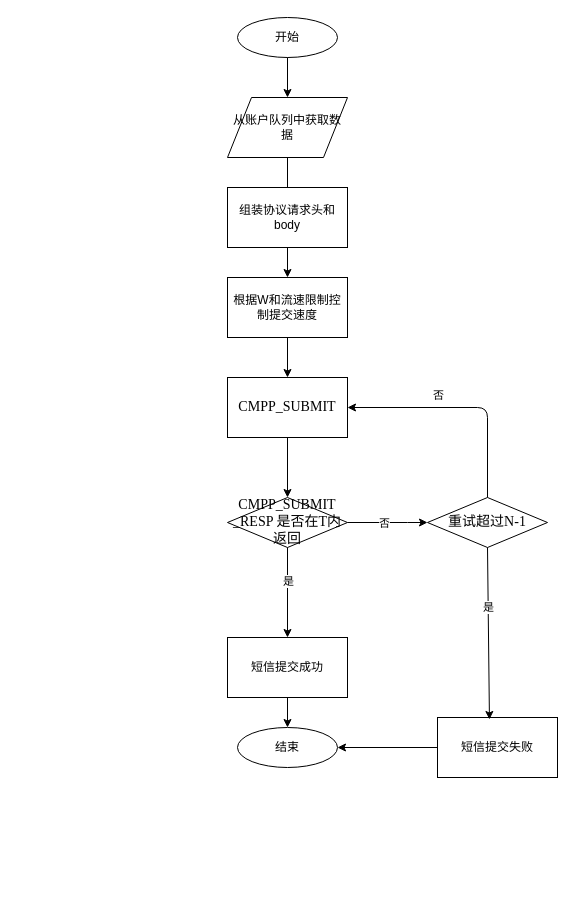
Earlier version of the draw.io diagram CMPP业务发送短信流程图.drawio (hack0303/draw.io-store). Source tidied: cells renumbered, new cells numbered last; positions are measured from the earlier drawing's top-left corner, leaving out a move shared by most shapes. Both pictures are drawn from the tidied source at 100%, with x=0, y=0 at pixel (227, 17).
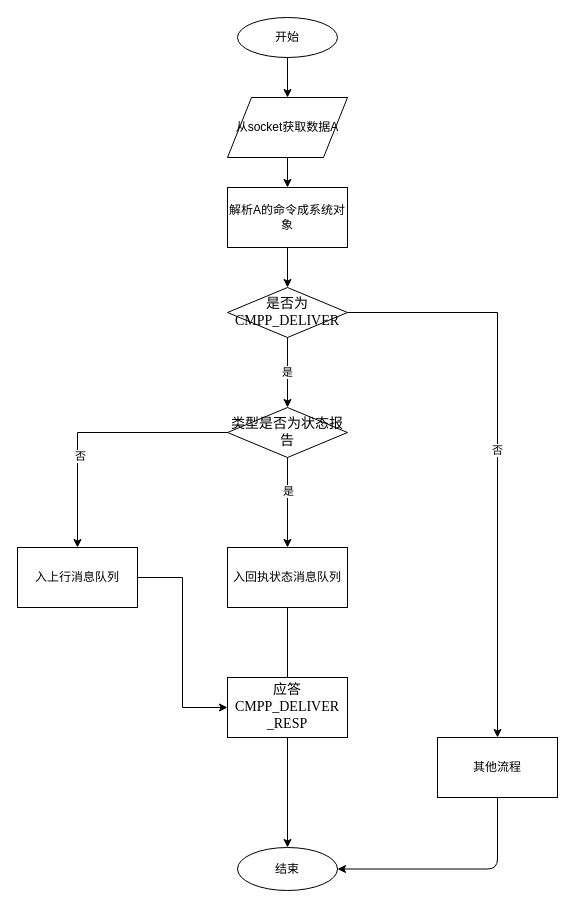
The same diagram, later.

Commit message:
Update CMPP业务发送短信流程图.drawio

Unchanged cells that the change refers to:
```xml
<mxCell id="2" value="开始" style="ellipse;whiteSpace=wrap;html=1;" parent="1" vertex="1">
  <mxGeometry x="10" width="100" height="40" as="geometry" />
</mxCell>
```

What changed in the source:
```diff
@@
     <mxCell id="3" value="结束" style="ellipse;whiteSpace=wrap;html=1;" parent="1" vertex="1">
-      <mxGeometry x="10" y="710" width="100" height="40" as="geometry" />
+      <mxGeometry x="10" y="830" width="100" height="43" as="geometry" />
     </mxCell>
-    <mxCell id="4" value="&lt;span lang=&quot;EN-US&quot; style=&quot;font-size: 10.5pt ; font-family: &amp;#34;times new roman&amp;#34; , serif&quot;&gt;CMPP­_SUBMIT&lt;/span&gt;" style="rounded=0;whiteSpace=wrap;html=1;" parent="1" vertex="1">
-      <mxGeometry y="360" width="120" height="60" as="geometry" />
-    </mxCell>
+    <mxCell id="26" style="edgeStyle=orthogonalEdgeStyle;rounded=0;jettySize=auto;html=1;" parent="1" edge="1" source="5" target="25">
+      <mxGeometry relative="1" as="geometry" />
+    </mxCell>
-    <mxCell id="5" value="从账户队列中获取数据" style="shape=parallelogram;perimeter=parallelogramPerimeter;whiteSpace=wrap;html=1;" parent="1" vertex="1">
+    <mxCell id="5" value="从socket获取数据A" style="shape=parallelogram;perimeter=parallelogramPerimeter;whiteSpace=wrap;html=1;" parent="1" vertex="1">
       <mxGeometry y="80" width="120" height="60" as="geometry" />
     </mxCell>
-    <mxCell id="6" value="&lt;span lang=&quot;EN-US&quot; style=&quot;font-size: 10.5pt ; font-family: &amp;#34;times new roman&amp;#34; , serif&quot;&gt;CMPP­_SUBMIT&lt;/span&gt;&lt;span style=&quot;font-family: &amp;#34;times new roman&amp;#34; , serif ; font-size: 14px&quot;&gt;&lt;br&gt;_RESP 是否在T内返回&lt;br&gt;&lt;/span&gt;" style="rhombus;whiteSpace=wrap;html=1;" parent="1" vertex="1">
-      <mxGeometry y="480" width="120" height="50" as="geometry" />
-    </mxCell>
@@
-    <mxCell id="8" style="endArrow=classic;html=1;exitX=0.5;exitY=1;exitDx=0;exitDy=0;entryX=0.5;entryY=0;entryDx=0;entryDy=0;" parent="1" edge="1" source="6" target="10">
+    <mxCell id="8" style="endArrow=classic;html=1;exitX=0.5;exitY=1;exitDx=0;exitDy=0;entryX=0.5;entryY=0;entryDx=0;entryDy=0;" parent="1" edge="1" source="33" target="10">
       <mxGeometry relative="1" as="geometry" />
     </mxCell>
@@
-    <mxCell id="10" value="短信提交成功" style="rounded=0;whiteSpace=wrap;html=1;" parent="1" vertex="1">
-      <mxGeometry y="620" width="120" height="60" as="geometry" />
+    <mxCell id="10" value="入回执状态消息队列" style="rounded=0;whiteSpace=wrap;html=1;" parent="1" vertex="1">
+      <mxGeometry y="530" width="120" height="60" as="geometry" />
     </mxCell>
-    <mxCell id="11" value="&lt;span style=&quot;font-family: &amp;#34;times new roman&amp;#34; , serif ; font-size: 14px&quot;&gt;重试超过N-1&lt;br&gt;&lt;/span&gt;" style="rhombus;whiteSpace=wrap;html=1;" parent="1" vertex="1">
-      <mxGeometry x="200" y="480" width="120" height="50" as="geometry" />
-    </mxCell>
-    <mxCell id="12" value="短信提交失败" style="rounded=0;whiteSpace=wrap;html=1;" parent="1" vertex="1">
-      <mxGeometry x="210" y="700" width="120" height="60" as="geometry" />
+    <mxCell id="12" value="其他流程" style="rounded=0;whiteSpace=wrap;html=1;" parent="1" vertex="1">
+      <mxGeometry x="210" y="720" width="120" height="60" as="geometry" />
     </mxCell>
-    <mxCell id="13" style="endArrow=classic;html=1;exitX=0.5;exitY=1;exitDx=0;exitDy=0;entryX=0.433;entryY=0.033;entryDx=0;entryDy=0;entryPerimeter=0;" parent="1" edge="1" source="11" target="12">
-      <mxGeometry relative="1" as="geometry" />
-    </mxCell>
+    <mxCell id="15" style="endArrow=classic;html=1;exitX=0.5;exitY=1;exitDx=0;exitDy=0;entryX=0.5;entryY=0;entryDx=0;entryDy=0;" parent="1" edge="1" source="2" target="5">
+      <mxGeometry relative="1" as="geometry" />
+    </mxCell>
+    <mxCell id="20" style="endArrow=classic;html=1;exitX=0.5;exitY=1;exitDx=0;exitDy=0;entryX=1;entryY=0.5;entryDx=0;entryDy=0;edgeStyle=orthogonalEdgeStyle;" parent="1" edge="1" source="12" target="3">
+      <mxGeometry relative="1" as="geometry" />
+    </mxCell>
+    <mxCell id="27" style="edgeStyle=orthogonalEdgeStyle;rounded=0;jettySize=auto;html=1;" parent="1" edge="1" source="25" target="30">
+      <mxGeometry relative="1" as="geometry" />
+    </mxCell>
+    <mxCell id="25" value="解析A的命令成系统对象" style="rounded=0;whiteSpace=wrap;html=1;" parent="1" vertex="1">
+      <mxGeometry y="170" width="120" height="60" as="geometry" />
+    </mxCell>
+    <mxCell id="28" value="&lt;span style=&quot;font-family: &amp;#34;times new roman&amp;#34; , serif ; font-size: 14px&quot;&gt;应答&lt;/span&gt;&lt;span lang=&quot;EN-US&quot; style=&quot;font-size: 10.5pt ; font-family: &amp;#34;times new roman&amp;#34; , serif&quot;&gt;CMPP_DELIVER&lt;br&gt;_RESP&lt;br&gt;&lt;/span&gt;" style="rounded=0;whiteSpace=wrap;html=1;" parent="1" vertex="1">
+      <mxGeometry y="660" width="120" height="60" as="geometry" />
+    </mxCell>
+    <mxCell id="29" value="否" style="edgeStyle=orthogonalEdgeStyle;rounded=0;jettySize=auto;html=1;entryX=0.5;entryY=0;entryDx=0;entryDy=0;" parent="1" edge="1" source="30" target="12">
+      <mxGeometry relative="1" as="geometry" />
+    </mxCell>
-    <mxCell id="14" value="是" style="edgeLabel;html=1;align=center;verticalAlign=middle;" parent="13" vertex="1">
-      <mxGeometry x="-0.3" y="5" relative="1" as="geometry">
-        <mxPoint x="-5.3" as="offset" />
-      </mxGeometry>
+    <mxCell id="14" value="是" style="edgeStyle=orthogonalEdgeStyle;rounded=0;jettySize=auto;html=1;" parent="1" edge="1" source="30" target="33">
+      <mxGeometry relative="1" as="geometry" />
     </mxCell>
-    <mxCell id="15" style="endArrow=classic;html=1;exitX=0.5;exitY=1;exitDx=0;exitDy=0;entryX=0.5;entryY=0;entryDx=0;entryDy=0;" parent="1" edge="1" source="2" target="5">
-      <mxGeometry relative="1" as="geometry" />
-    </mxCell>
-    <mxCell id="16" style="endArrow=classic;html=1;exitX=0.5;exitY=1;exitDx=0;exitDy=0;entryX=0.5;entryY=0;entryDx=0;entryDy=0;" parent="1" edge="1" source="23" target="4">
-      <mxGeometry relative="1" as="geometry" />
-    </mxCell>
-    <mxCell id="17" style="endArrow=classic;html=1;exitX=0.5;exitY=1;exitDx=0;exitDy=0;entryX=0.5;entryY=0;entryDx=0;entryDy=0;" parent="1" edge="1" source="4" target="6">
-      <mxGeometry relative="1" as="geometry" />
-    </mxCell>
-    <mxCell id="18" style="endArrow=classic;html=1;exitX=1;exitY=0.5;exitDx=0;exitDy=0;entryX=0;entryY=0.5;entryDx=0;entryDy=0;" parent="1" edge="1" source="6" target="11">
-      <mxGeometry relative="1" as="geometry">
-        <Array as="points">
-          <mxPoint x="170" y="505" />
-        </Array>
-      </mxGeometry>
-    </mxCell>
-    <mxCell id="19" value="否" style="edgeLabel;html=1;align=center;verticalAlign=middle;" parent="18" vertex="1">
-      <mxGeometry x="0.25" y="-15" relative="1" as="geometry">
-        <mxPoint x="-14" y="-15" as="offset" />
-      </mxGeometry>
-    </mxCell>
-    <mxCell id="20" style="endArrow=classic;html=1;exitX=0;exitY=0.5;exitDx=0;exitDy=0;entryX=1;entryY=0.5;entryDx=0;entryDy=0;" parent="1" edge="1" source="12" target="3">
-      <mxGeometry relative="1" as="geometry" />
-    </mxCell>
-    <mxCell id="21" style="endArrow=classic;html=1;exitX=0.5;exitY=0;exitDx=0;exitDy=0;entryX=1;entryY=0.5;entryDx=0;entryDy=0;edgeStyle=orthogonalEdgeStyle;" parent="1" edge="1" source="11" target="4">
-      <mxGeometry relative="1" as="geometry" />
-    </mxCell>
-    <mxCell id="22" value="否" style="edgeLabel;html=1;align=center;verticalAlign=middle;" parent="21" vertex="1">
-      <mxGeometry x="-0.33" y="25" relative="1" as="geometry">
-        <mxPoint x="-25" y="-26" as="offset" />
-      </mxGeometry>
-    </mxCell>
-    <mxCell id="23" value="根据W和流速限制控制提交速度" style="rounded=0;whiteSpace=wrap;html=1;" parent="1" vertex="1">
-      <mxGeometry y="260" width="120" height="60" as="geometry" />
-    </mxCell>
-    <mxCell id="24" style="endArrow=classic;html=1;exitX=0.5;exitY=1;exitDx=0;exitDy=0;entryX=0.5;entryY=0;entryDx=0;entryDy=0;" parent="1" edge="1" source="5" target="23">
-      <mxGeometry relative="1" as="geometry" />
-    </mxCell>
-    <mxCell id="25" value="组装协议请求头和body" style="rounded=0;whiteSpace=wrap;html=1;" parent="1" vertex="1">
-      <mxGeometry y="170" width="120" height="60" as="geometry" />
-    </mxCell>
+    <mxCell id="30" value="&lt;span style=&quot;font-family: &amp;#34;times new roman&amp;#34; , serif ; font-size: 14px&quot;&gt;是否为&lt;/span&gt;&lt;span lang=&quot;EN-US&quot; style=&quot;font-size: 10.5pt ; font-family: &amp;#34;times new roman&amp;#34; , serif&quot;&gt;CMPP_DELIVER&lt;/span&gt;&lt;span style=&quot;font-family: &amp;#34;times new roman&amp;#34; , serif ; font-size: 14px&quot;&gt;&lt;br&gt;&lt;/span&gt;" style="rhombus;whiteSpace=wrap;html=1;" parent="1" vertex="1">
+      <mxGeometry y="270" width="120" height="50" as="geometry" />
+    </mxCell>
+    <mxCell id="31" style="edgeStyle=orthogonalEdgeStyle;rounded=0;jettySize=auto;html=1;entryX=0.5;entryY=0;entryDx=0;entryDy=0;" parent="1" edge="1" source="33" target="35">
+      <mxGeometry relative="1" as="geometry" />
+    </mxCell>
+    <mxCell id="32" value="否" style="edgeLabel;html=1;align=center;verticalAlign=middle;" parent="31" vertex="1">
+      <mxGeometry x="0.12" y="23" relative="1" as="geometry" />
+    </mxCell>
+    <mxCell id="33" value="&lt;span style=&quot;font-family: &amp;#34;times new roman&amp;#34; , serif ; font-size: 14px&quot;&gt;类型是否为状态报告&lt;br&gt;&lt;/span&gt;" style="rhombus;whiteSpace=wrap;html=1;" parent="1" vertex="1">
+      <mxGeometry y="390" width="120" height="50" as="geometry" />
+    </mxCell>
+    <mxCell id="34" style="edgeStyle=orthogonalEdgeStyle;rounded=0;jettySize=auto;html=1;entryX=0;entryY=0.5;entryDx=0;entryDy=0;" parent="1" edge="1" source="35" target="28">
+      <mxGeometry relative="1" as="geometry" />
+    </mxCell>
+    <mxCell id="35" value="入上行消息队列" style="rounded=0;whiteSpace=wrap;html=1;" parent="1" vertex="1">
+      <mxGeometry x="-210" y="530" width="120" height="60" as="geometry" />
+    </mxCell>
```
